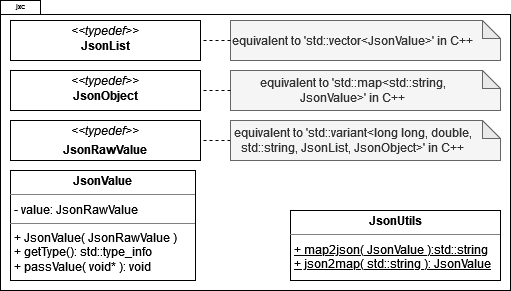
The draw.io diagram docs/uml.png in mwhicks-dev/JsonXChange, before a commit. Source tidied: cells renumbered, new cells last; positions are measured from the earlier drawing's top-left corner, leaving out a move shared by most shapes.
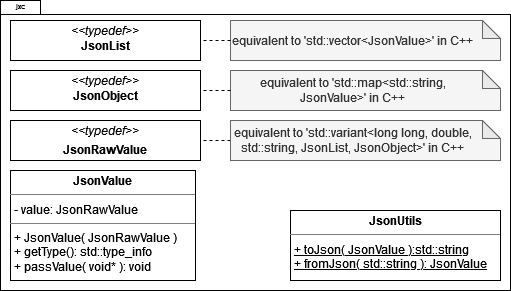
The same file after the commit.

Commit message:
UML - JsonUtils names better reflect behavior

Diff of the diagram source:
```diff
@@ -26,7 +26,7 @@
     <mxCell id="9" style="endArrow=none;dashed=1;html=1;rounded=0;" parent="1" edge="1" source="7" target="5">
       <mxGeometry relative="1" as="geometry" />
     </mxCell>
-    <mxCell id="10" value="&lt;p style=&quot;margin:0px;margin-top:4px;text-align:center;&quot;&gt;&lt;b&gt;JsonUtils&lt;/b&gt;&lt;/p&gt;&lt;hr size=&quot;1&quot;&gt;&lt;p style=&quot;margin:0px;margin-left:4px;&quot;&gt;&lt;u&gt;+ map2json( JsonValue ):std::string&lt;/u&gt;&lt;/p&gt;&lt;p style=&quot;margin:0px;margin-left:4px;&quot;&gt;&lt;u&gt;+ json2map( std::string ): JsonValue&lt;/u&gt;&lt;br&gt;&lt;/p&gt;" style="verticalAlign=top;align=left;overflow=fill;fontSize=12;fontFamily=Helvetica;html=1;whiteSpace=wrap;" parent="1" vertex="1">
+    <mxCell id="10" value="&lt;p style=&quot;margin:0px;margin-top:4px;text-align:center;&quot;&gt;&lt;b&gt;JsonUtils&lt;/b&gt;&lt;/p&gt;&lt;hr size=&quot;1&quot;&gt;&lt;p style=&quot;margin:0px;margin-left:4px;&quot;&gt;&lt;u&gt;+ toJson( JsonValue ):std::string&lt;/u&gt;&lt;/p&gt;&lt;p style=&quot;margin:0px;margin-left:4px;&quot;&gt;&lt;u&gt;+ fromJson( std::string ): JsonValue&lt;/u&gt;&lt;br&gt;&lt;/p&gt;" style="verticalAlign=top;align=left;overflow=fill;fontSize=12;fontFamily=Helvetica;html=1;whiteSpace=wrap;" parent="1" vertex="1">
       <mxGeometry x="290" y="210" width="210" height="70" as="geometry" />
     </mxCell>
     <mxCell id="11" value="&lt;p style=&quot;margin:0px;margin-top:4px;text-align:center;&quot;&gt;&lt;b&gt;JsonValue&lt;/b&gt;&lt;/p&gt;&lt;hr size=&quot;1&quot;&gt;&lt;p style=&quot;margin:0px;margin-left:4px;&quot;&gt;- value: JsonRawValue&lt;br&gt;&lt;/p&gt;&lt;hr size=&quot;1&quot;&gt;&lt;p style=&quot;margin:0px;margin-left:4px;&quot;&gt;+ JsonValue( JsonRawValue )&lt;br&gt;&lt;/p&gt;&lt;p style=&quot;margin:0px;margin-left:4px;&quot;&gt;+ getType(): std::type_info&lt;/p&gt;&lt;p style=&quot;margin:0px;margin-left:4px;&quot;&gt;+ passValue( void* ): void&lt;br&gt;&lt;/p&gt;" style="verticalAlign=top;align=left;overflow=fill;fontSize=12;fontFamily=Helvetica;html=1;whiteSpace=wrap;" parent="1" vertex="1">
```
